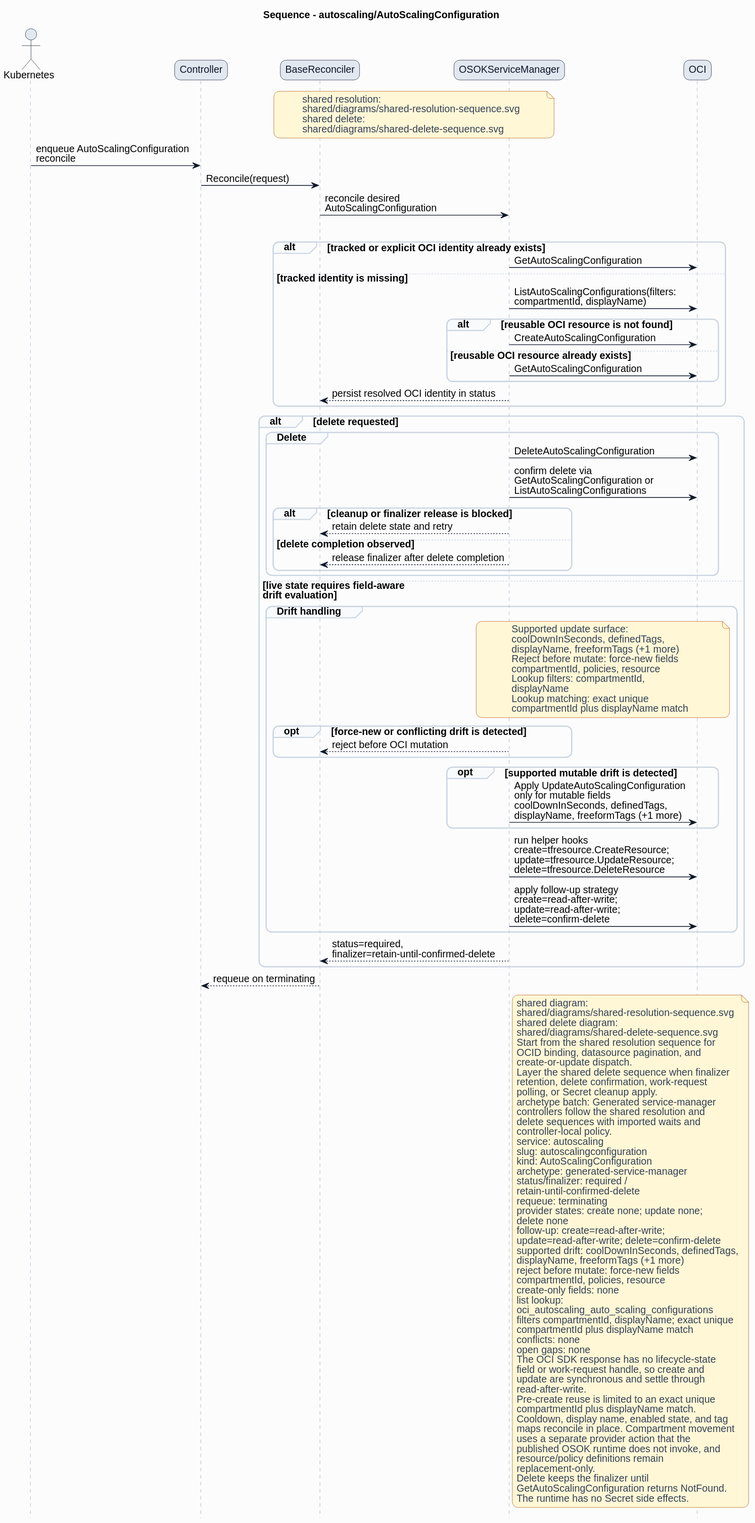
Earlier version of the PlantUML export formal/controllers/autoscaling/autoscalingconfiguration/diagrams/sequence.svg (HaoyL666/oci-service-operator).
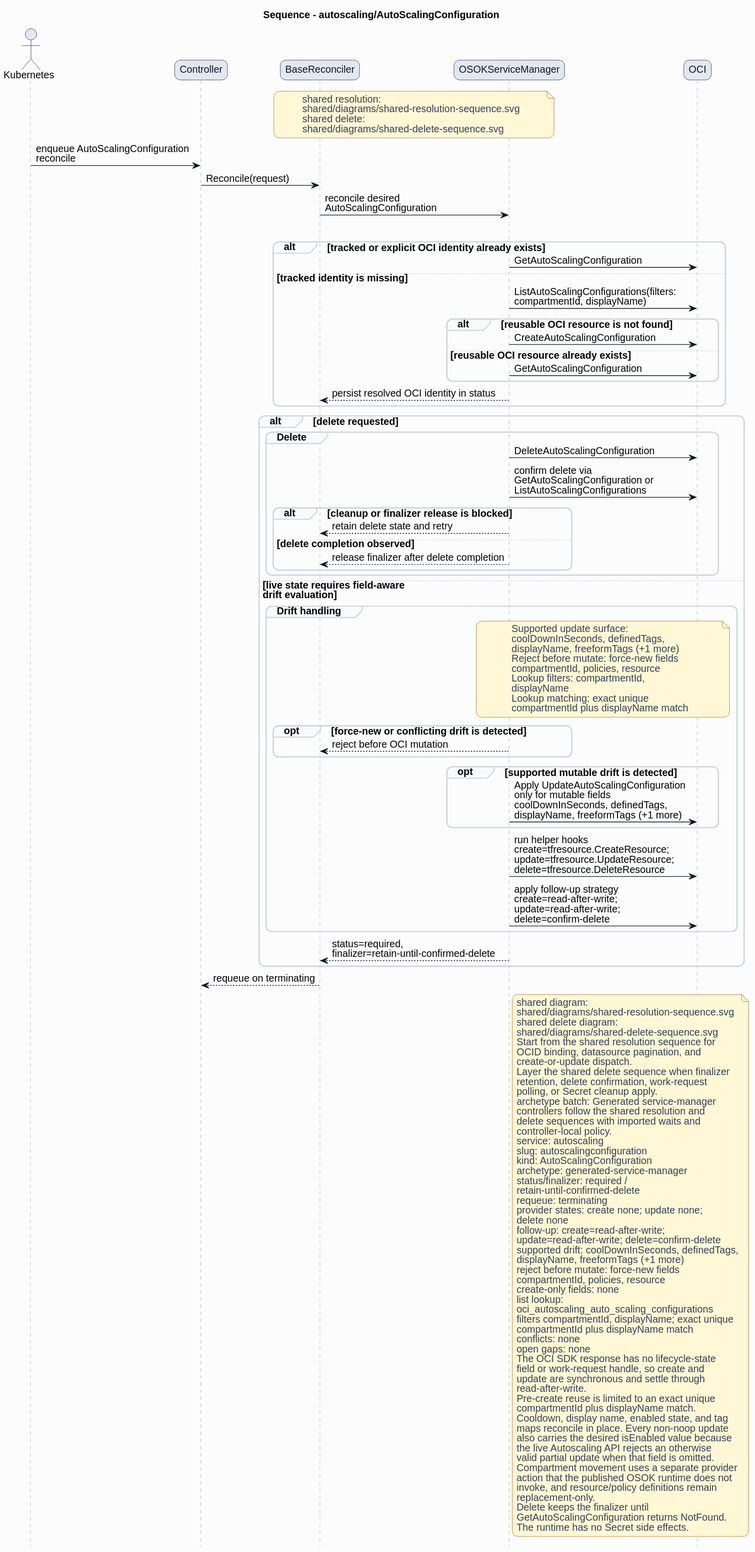
After the commit.

Change to the diagram source:
```diff
@@ -125,10 +125,13 @@
 Pre-create reuse is limited to an exact unique
 compartmentId plus displayName match.
 Cooldown, display name, enabled state, and tag
-maps reconcile in place. Compartment movement
-uses a separate provider action that the
-published OSOK runtime does not invoke, and
-resource/policy definitions remain
+maps reconcile in place. Every non-noop update
+also carries the desired isEnabled value because
+the live Autoscaling API rejects an otherwise
+valid partial update when that field is omitted.
+Compartment movement uses a separate provider
+action that the published OSOK runtime does not
+invoke, and resource/policy definitions remain
 replacement-only.
 Delete keeps the finalizer until
 GetAutoScalingConfiguration returns NotFound.
```
